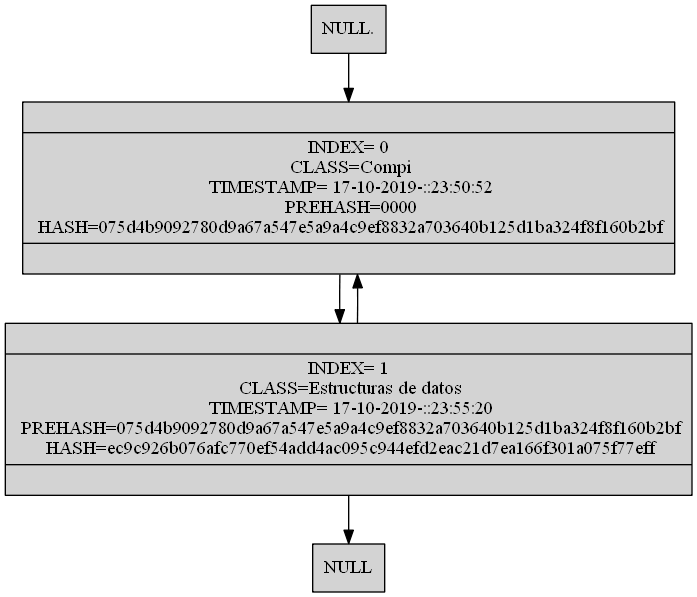
SelvinLP/EDD_2S2019_P2_201701133 keeps this Graphviz diagram as [EDD]P2_201701133/ListaDobleBlock.png. Above is the earlier version. Its source is kept beside it as [EDD]P2_201701133/ListaDobleBlock.dot.
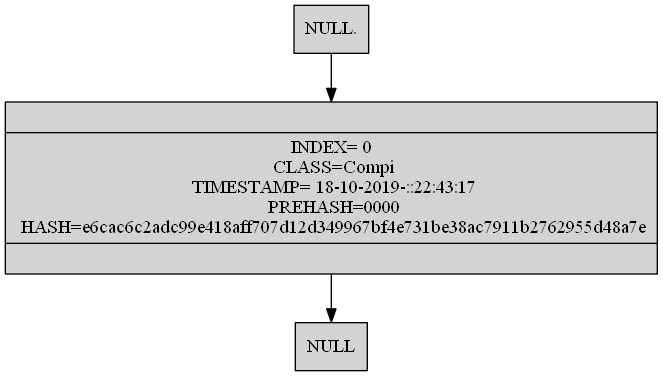
The same file after the commit.

What changed in the source:
```diff
@@ -4,10 +4,9 @@
 node[shape=record,style=filled]
 "NULL" [shape=box]
 "NULL." [shape=box]
- "(Compi)"[label ="{| INDEX= 0\n CLASS=Compi\n TIMESTAMP= 17-10-2019-::23:50:52\n PREHASH=0000\n HASH=075d4b9092780d9a67a547e5a9a4c9ef8832a703640b125d1ba324f8f160b2bf| }"]
- "(Estructuras de datos)"[label ="{| INDEX= 1\n CLASS=Estructuras de datos\n TIMESTAMP= 17-10-2019-::23:55:20\n PREHASH=075d4b9092780d9a67a547e5a9a4c9ef8832a703640b125d1ba324f8f160b2bf\n HASH=ec9c926b076afc770ef54add4ac095c944efd2eac21d7ea166f301a075f77eff| }"]
+ "(Compi0)"[label ="{| INDEX= 0\n CLASS=Compi\n TIMESTAMP= 18-10-2019-::22:43:17\n PREHASH=0000\n HASH=e6cac6c2adc99e418aff707d12d349967bf4e731be38ac7911b2762955d48a7e| }"]
 
-"NULL." ->  "(Compi)" ->  "(Estructuras de datos)" -> "NULL"
- "(Compi)" ->  "(Estructuras de datos)"[dir=back]
+"NULL." ->  "(Compi0)" -> "NULL"
+ "(Compi0)"[dir=back]
 
 }
```
